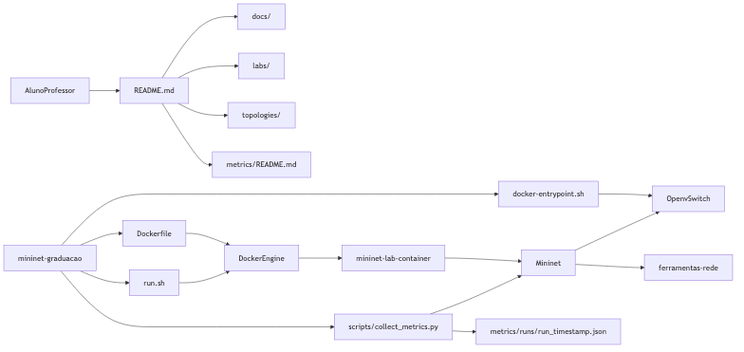
Above: docs/diagrama-arquitetura.png in PhD-May/redes-ufam (Mermaid), before the change. Its source is kept beside it as docs/diagrama-arquitetura.mmd.
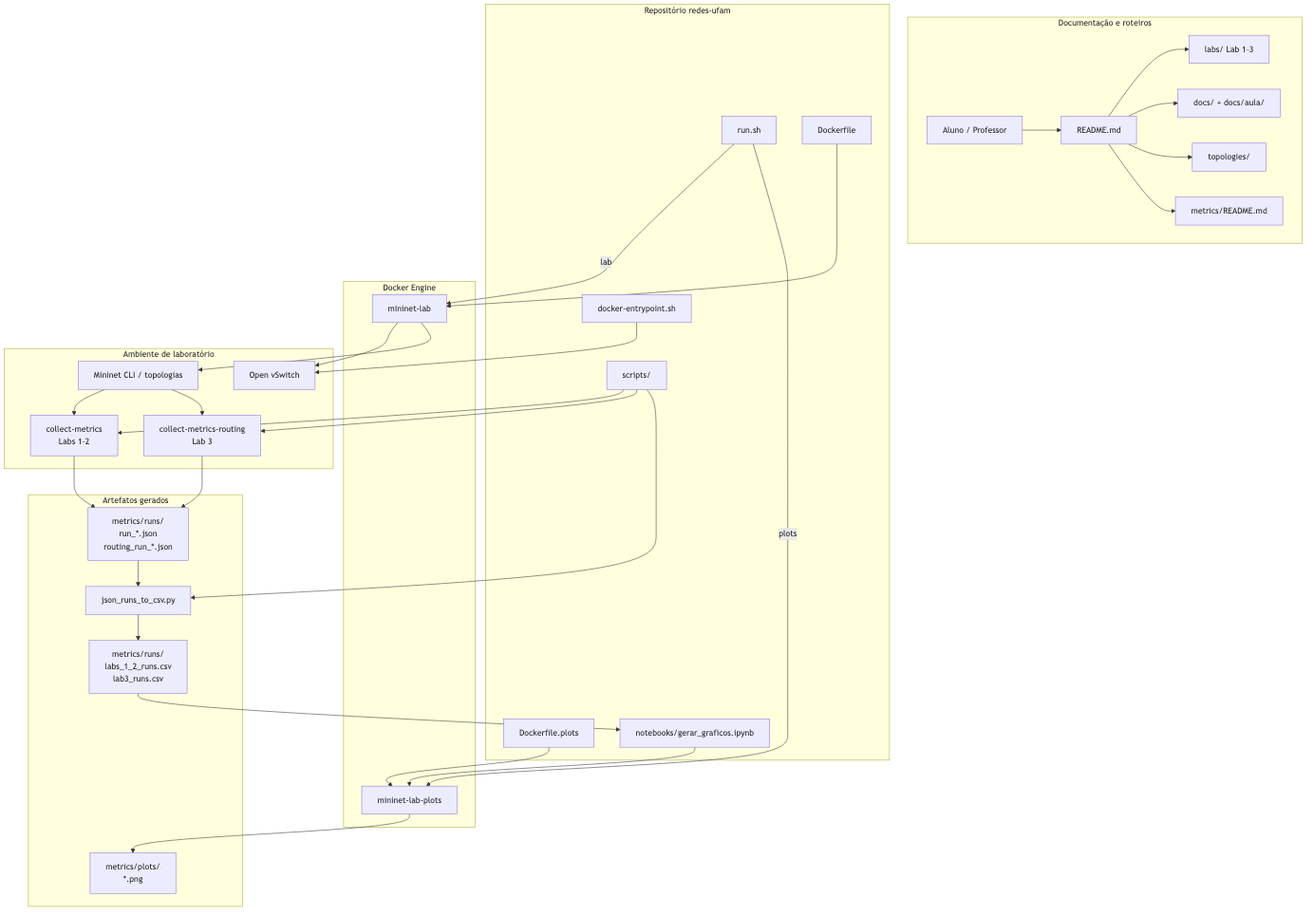
The same diagram one commit later.

The edit, as a diff of the source:
```diff
@@ -1,41 +1,65 @@
-flowchart LR
-  usuario[AlunoProfessor]
-  repositorio[mininet-graduacao]
-  readme[README.md]
-  docs[docs/]
-  labs[labs/]
-  topologias[topologies/]
-  metricasDoc[metrics/README.md]
+flowchart TB
+  subgraph doc [Documentação e roteiros]
+    usuario[Aluno / Professor]
+    readme[README.md]
+    labs[labs/ Lab 1–3]
+    docs[docs/ + docs/aula/]
+    topologias[topologies/]
+    metricasDoc[metrics/README.md]
+  end
 
-  dockerfile[Dockerfile]
-  runsh[run.sh]
-  entrypoint[docker-entrypoint.sh]
-  coleta[scripts/collect_metrics.py]
+  subgraph repo [Repositório redes-ufam]
+    runsh[run.sh]
+    dockerfile[Dockerfile]
+    dockerfilePlots[Dockerfile.plots]
+    entrypoint[docker-entrypoint.sh]
+    scripts[scripts/]
+    notebook[notebooks/gerar_graficos.ipynb]
+  end
 
-  dockerEngine[DockerEngine]
-  container[mininet-lab-container]
-  ovs[OpenvSwitch]
-  mininet[Mininet]
-  ferramentas[ferramentas-rede]
-  jsonOut[metrics/runs/run_timestamp.json]
+  subgraph docker [Docker Engine]
+    container[mininet-lab]
+    containerPlots[mininet-lab-plots]
+  end
+
+  subgraph runtime [Ambiente de laboratório]
+    ovs[Open vSwitch]
+    mininet[Mininet CLI / topologias]
+    coletaLab[collect-metrics\nLabs 1–2]
+    coletaRoute[collect-metrics-routing\nLab 3]
+  end
+
+  subgraph artifacts [Artefatos gerados]
+    jsonOut["metrics/runs/\nrun_*.json\nrouting_run_*.json"]
+    jsonCsv[json_runs_to_csv.py]
+    csvOut["metrics/runs/\nlabs_1_2_runs.csv\nlab3_runs.csv"]
+    pngOut["metrics/plots/\n*.png"]
+  end
 
   usuario --> readme
+  readme --> labs
   readme --> docs
-  readme --> labs
   readme --> topologias
   readme --> metricasDoc
 
-  repositorio --> dockerfile
-  repositorio --> runsh
-  repositorio --> entrypoint
-  repositorio --> coleta
+  runsh -->|lab| container
+  runsh -->|plots| containerPlots
+  dockerfile --> container
+  dockerfilePlots --> containerPlots
+  entrypoint --> ovs
+  container --> ovs
+  container --> mininet
+  scripts --> coletaLab
+  scripts --> coletaRoute
+  scripts --> jsonCsv
 
-  dockerfile --> dockerEngine
-  runsh --> dockerEngine
-  dockerEngine --> container
-  entrypoint --> ovs
-  container --> mininet
-  mininet --> ovs
-  mininet --> ferramentas
-  coleta --> mininet
-  coleta --> jsonOut
+  mininet --> coletaLab
+  mininet --> coletaRoute
+  coletaLab --> jsonOut
+  coletaRoute --> jsonOut
+
+  jsonOut --> jsonCsv
+  jsonCsv --> csvOut
+  csvOut --> notebook
+  notebook --> containerPlots
+  containerPlots --> pngOut
```
